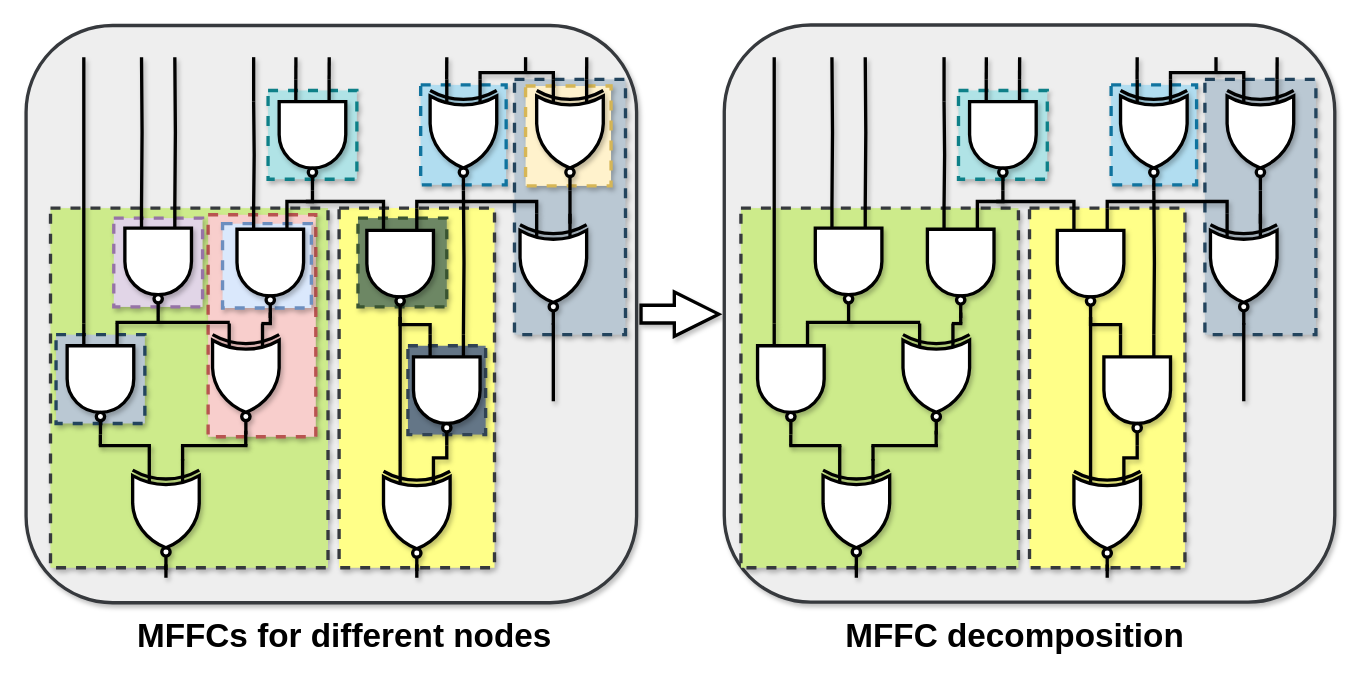
The draw.io diagram mffc.drawio in kxzhu0505/LogicSynOpt, before the edit. Source tidied: cells renumbered, new cells numbered last; positions are measured from the earlier drawing's top-left corner, leaving out a move shared by most shapes. Both pictures are drawn from the tidied source at 111%, with x=0, y=0 at pixel (26, 24).
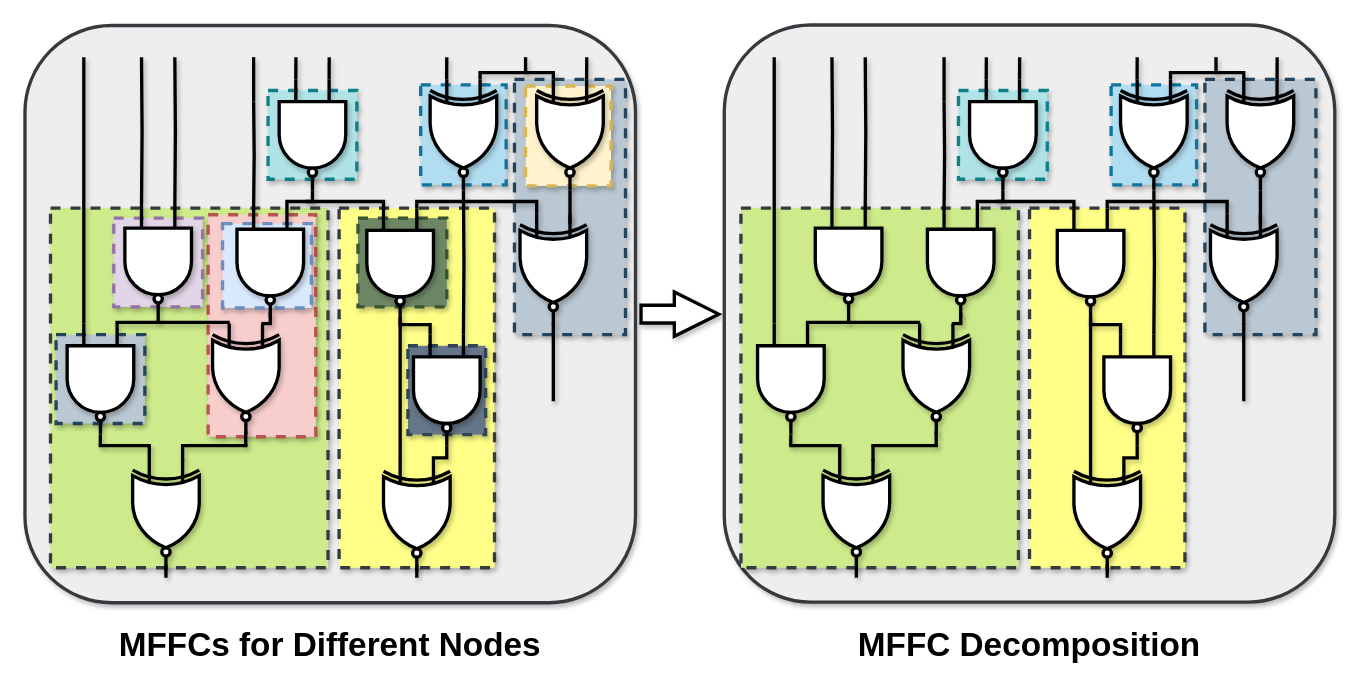
The same diagram, later.

Diff of the diagram source:
```diff
@@
-    <mxCell id="3" value="&lt;font size=&quot;1&quot; style=&quot;&quot;&gt;&lt;b style=&quot;font-size: 30px;&quot;&gt;MFFCs for different nodes&lt;/b&gt;&lt;/font&gt;" style="text;html=1;align=center;verticalAlign=middle;whiteSpace=wrap;rounded=0;" parent="1" vertex="1">
-      <mxGeometry x="74" y="535" width="426" height="30" as="geometry" />
+    <mxCell id="3" value="&lt;font size=&quot;1&quot; style=&quot;&quot;&gt;&lt;b style=&quot;font-size: 30px;&quot;&gt;MFFCs for Different Nodes&lt;/b&gt;&lt;/font&gt;" style="text;html=1;align=center;verticalAlign=middle;whiteSpace=wrap;rounded=0;" parent="1" vertex="1">
+      <mxGeometry x="61" y="543" width="426" height="30" as="geometry" />
     </mxCell>
-    <mxCell id="4" value="&lt;font style=&quot;font-size: 30px;&quot;&gt;&lt;font style=&quot;font-size: 30px;&quot;&gt;&lt;b style=&quot;&quot;&gt;MFFC&amp;nbsp;&lt;/b&gt;&lt;/font&gt;&lt;b&gt;decomposition&lt;/b&gt;&lt;/font&gt;" style="text;html=1;align=center;verticalAlign=middle;whiteSpace=wrap;rounded=0;" parent="1" vertex="1">
-      <mxGeometry x="678" y="535" width="426" height="30" as="geometry" />
+    <mxCell id="4" value="&lt;font style=&quot;font-size: 30px;&quot;&gt;&lt;font style=&quot;font-size: 30px;&quot;&gt;&lt;b style=&quot;&quot;&gt;MFFC&amp;nbsp;&lt;/b&gt;&lt;/font&gt;&lt;b&gt;Decomposition&lt;/b&gt;&lt;/font&gt;" style="text;html=1;align=center;verticalAlign=middle;whiteSpace=wrap;rounded=0;" parent="1" vertex="1">
+      <mxGeometry x="691" y="543" width="426" height="30" as="geometry" />
     </mxCell>
     <mxCell id="5" style="rounded=1;whiteSpace=wrap;html=1;shadow=1;strokeWidth=3;fillColor=#eeeeee;strokeColor=#36393d;" parent="1" vertex="1">
-      <mxGeometry y="0.5" width="550" height="520" as="geometry" />
+      <mxGeometry x="-1" y="0.5" width="550" height="520" as="geometry" />
     </mxCell>
```
